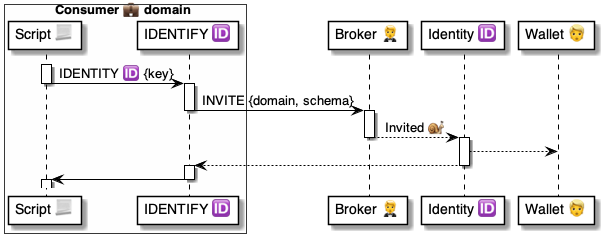
Earlier version of the PlantUML export 4 ⚙️ Solution/41 🎭 Domain Roles/Consumers 💼/💼⌘ Consumer cmds/IDENTIFY 🆔/🆔 IDENTIFY ⚙️ uml.png (pollyweb-org/pollyweb-docs). Its source is kept beside it as 4 ⚙️ Solution/41 🎭 Domain Roles/Consumers 💼/💼⌘ Consumer cmds/IDENTIFY 🆔/🆔 IDENTIFY ⚙️ uml.puml.
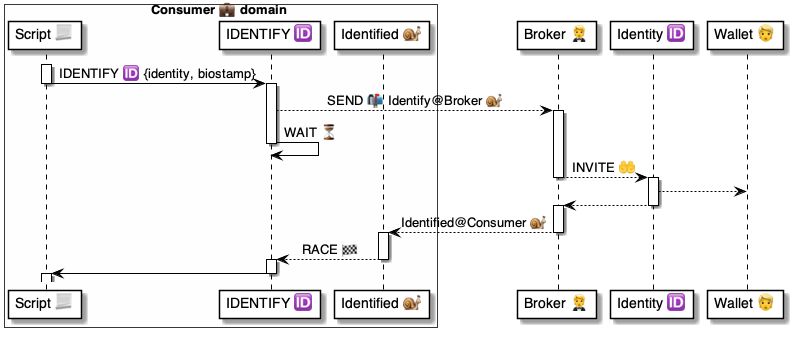
Above is the later version.

Diff of the diagram source:
```diff
@@ -3,27 +3,37 @@
 box Consumer 💼 domain #FFFFFA
     participant "Script 📃" as script
     participant "IDENTIFY 🆔" as identify
+    participant "Identified 🐌" as identified
 end box
 participant "Broker 🤵" as broker
 participant "Identity 🆔" as identity
 participant "Wallet 👱" as wallet
 
 activate script
-    script -> identify: IDENTITY 🆔 {key}
+    script -> identify: IDENTIFY 🆔 {identity, biostamp}
 deactivate script
 
 activate identify
-    identify -> broker: INVITE {domain, schema}
+    identify --> broker: SEND 📬 Identify@Broker 🐌
+activate broker
+    identify -> identify: WAIT ⏳
 deactivate identify
 
-activate broker
-    broker --> identity: Invited 🐌
+    broker --> identity: INVITE 🤲
 deactivate broker
 
 activate identity
     identity --> wallet:
-    identity --> identify:
+    identity --> broker:
 deactivate identity
+
+activate broker
+    broker --> identified: Identified@Consumer 🐌
+deactivate broker
+
+activate identified
+    identified --> identify: RACE 🏁
+deactivate identified
 
 activate identify
     identify -> script
```
